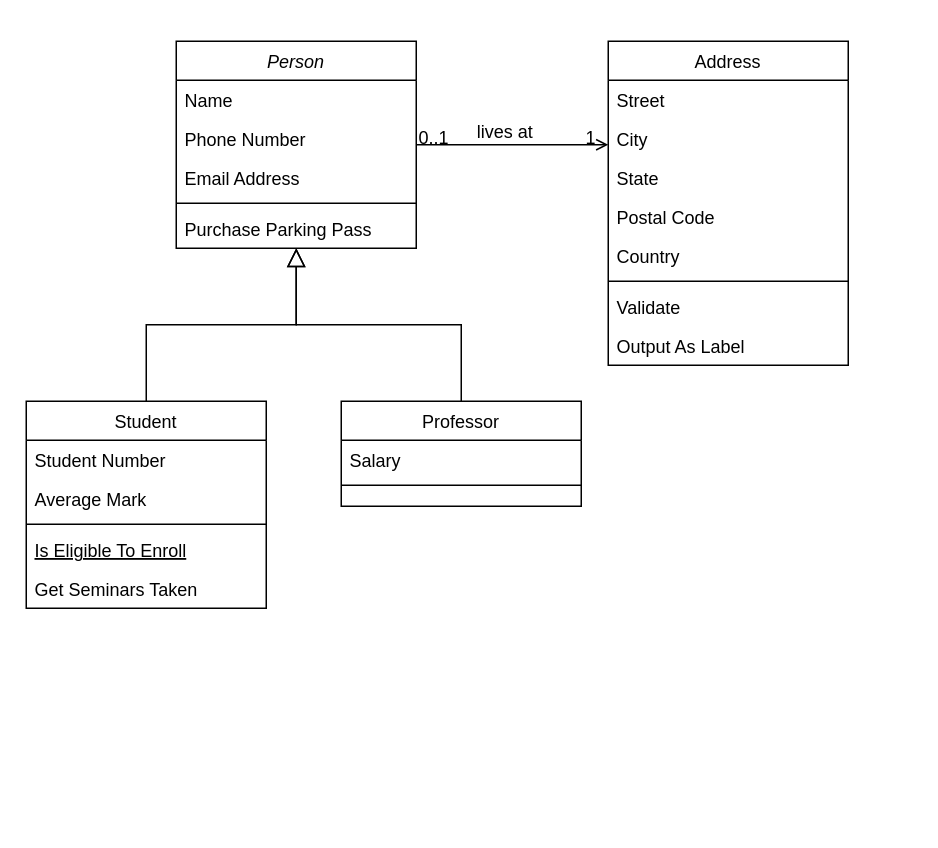
Before: PegaPizza.drawio in MBundel/Pega-Pizza, a draw.io diagram. Source tidied: cells renumbered, new cells numbered last; positions are measured from the earlier drawing's top-left corner, leaving out a move shared by most shapes. Both pictures are drawn from the tidied source at 150%, with x=0, y=0 at pixel (26, 40).
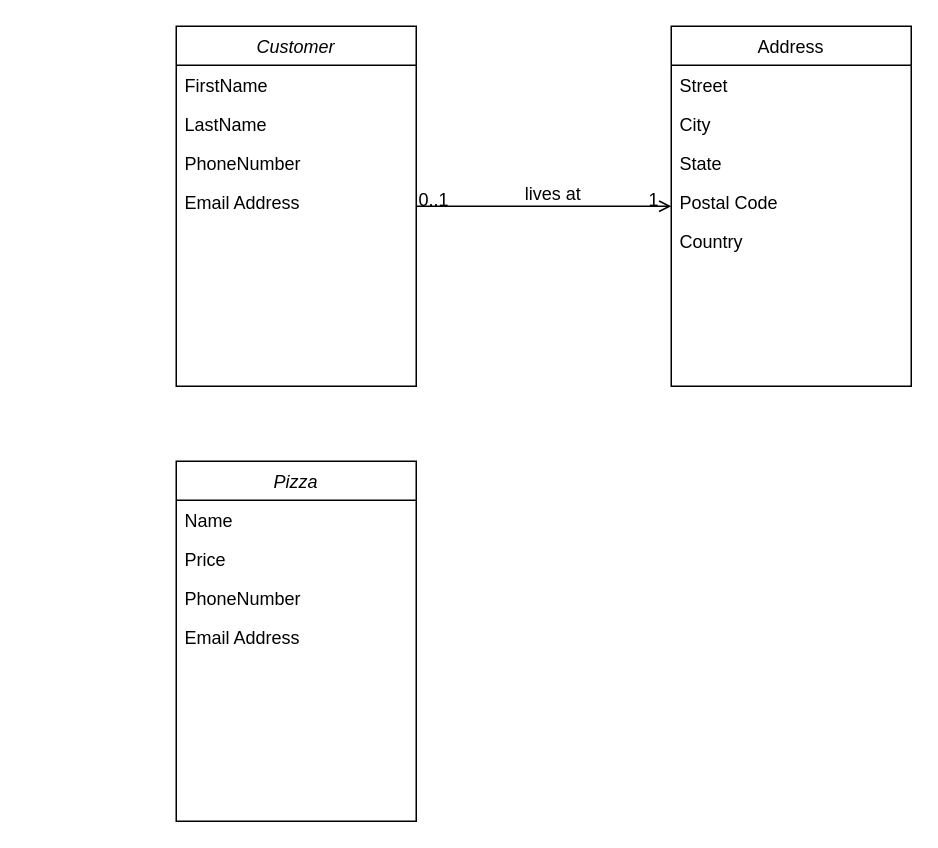
Above is the later version.

Change to the diagram source:
```diff
@@
-    <mxCell id="2" value="Person" style="swimlane;fontStyle=2;align=center;verticalAlign=top;horizontal=1;startSize=26;rounded=0;shadow=0;strokeWidth=1;" parent="1" vertex="1">
-      <mxGeometry x="100" width="160" height="138" as="geometry" />
+    <mxCell id="2" value="Customer" style="swimlane;fontStyle=2;align=center;verticalAlign=top;horizontal=1;startSize=26;rounded=0;shadow=0;strokeWidth=1;" parent="1" vertex="1">
+      <mxGeometry x="100" y="-10" width="160" height="240" as="geometry" />
     </mxCell>
-    <mxCell id="3" value="Name" style="text;align=left;verticalAlign=top;spacingLeft=4;spacingRight=4;overflow=hidden;" parent="2" vertex="1">
+    <mxCell id="3" value="FirstName    " style="text;align=left;verticalAlign=top;spacingLeft=4;spacingRight=4;overflow=hidden;" parent="2" vertex="1">
       <mxGeometry y="26" width="160" height="26" as="geometry" />
     </mxCell>
-    <mxCell id="4" value="Phone Number" style="text;align=left;verticalAlign=top;spacingLeft=4;spacingRight=4;overflow=hidden;rounded=0;shadow=0;html=0;" parent="2" vertex="1">
+    <mxCell id="4" value="LastName" style="text;align=left;verticalAlign=top;spacingLeft=4;spacingRight=4;overflow=hidden;rounded=0;shadow=0;html=0;" parent="2" vertex="1">
       <mxGeometry y="52" width="160" height="26" as="geometry" />
     </mxCell>
-    <mxCell id="5" value="Email Address" style="text;align=left;verticalAlign=top;spacingLeft=4;spacingRight=4;overflow=hidden;rounded=0;shadow=0;html=0;" parent="2" vertex="1">
+    <mxCell id="5" value="PhoneNumber" style="text;align=left;verticalAlign=top;spacingLeft=4;spacingRight=4;overflow=hidden;rounded=0;shadow=0;html=0;" parent="2" vertex="1">
       <mxGeometry y="78" width="160" height="26" as="geometry" />
     </mxCell>
-    <mxCell id="6" style="line;html=1;strokeWidth=1;align=left;verticalAlign=middle;spacingTop=-1;spacingLeft=3;spacingRight=3;labelPosition=right;" parent="2" vertex="1">
-      <mxGeometry y="104" width="160" height="8" as="geometry" />
-    </mxCell>
-    <mxCell id="7" value="Purchase Parking Pass" style="text;align=left;verticalAlign=top;spacingLeft=4;spacingRight=4;overflow=hidden;" parent="2" vertex="1">
-      <mxGeometry y="112" width="160" height="26" as="geometry" />
-    </mxCell>
-    <mxCell id="8" value="Student" style="swimlane;fontStyle=0;align=center;verticalAlign=top;horizontal=1;startSize=26;rounded=0;shadow=0;strokeWidth=1;" parent="1" vertex="1">
-      <mxGeometry y="240" width="160" height="138" as="geometry" />
-    </mxCell>
-    <mxCell id="9" value="Student Number" style="text;align=left;verticalAlign=top;spacingLeft=4;spacingRight=4;overflow=hidden;" parent="8" vertex="1">
-      <mxGeometry y="26" width="160" height="26" as="geometry" />
-    </mxCell>
-    <mxCell id="10" value="Average Mark" style="text;align=left;verticalAlign=top;spacingLeft=4;spacingRight=4;overflow=hidden;rounded=0;shadow=0;html=0;" parent="8" vertex="1">
-      <mxGeometry y="52" width="160" height="26" as="geometry" />
-    </mxCell>
-    <mxCell id="11" style="line;html=1;strokeWidth=1;align=left;verticalAlign=middle;spacingTop=-1;spacingLeft=3;spacingRight=3;labelPosition=right;" parent="8" vertex="1">
-      <mxGeometry y="78" width="160" height="8" as="geometry" />
-    </mxCell>
-    <mxCell id="12" value="Is Eligible To Enroll" style="text;align=left;verticalAlign=top;spacingLeft=4;spacingRight=4;overflow=hidden;fontStyle=4;" parent="8" vertex="1">
-      <mxGeometry y="86" width="160" height="26" as="geometry" />
-    </mxCell>
-    <mxCell id="13" value="Get Seminars Taken" style="text;align=left;verticalAlign=top;spacingLeft=4;spacingRight=4;overflow=hidden;" parent="8" vertex="1">
-      <mxGeometry y="112" width="160" height="26" as="geometry" />
-    </mxCell>
-    <mxCell id="14" style="endArrow=block;endSize=10;endFill=0;shadow=0;strokeWidth=1;rounded=0;curved=0;edgeStyle=elbowEdgeStyle;elbow=vertical;" parent="1" edge="1" source="8" target="2">
-      <mxGeometry relative="1" as="geometry" />
-    </mxCell>
-    <mxCell id="15" value="Professor" style="swimlane;fontStyle=0;align=center;verticalAlign=top;horizontal=1;startSize=26;rounded=0;shadow=0;strokeWidth=1;" parent="1" vertex="1">
-      <mxGeometry x="210" y="240" width="160" height="70" as="geometry" />
-    </mxCell>
-    <mxCell id="16" value="Salary" style="text;align=left;verticalAlign=top;spacingLeft=4;spacingRight=4;overflow=hidden;" parent="15" vertex="1">
-      <mxGeometry y="26" width="160" height="26" as="geometry" />
-    </mxCell>
-    <mxCell id="17" style="line;html=1;strokeWidth=1;align=left;verticalAlign=middle;spacingTop=-1;spacingLeft=3;spacingRight=3;labelPosition=right;" parent="15" vertex="1">
-      <mxGeometry y="52" width="160" height="8" as="geometry" />
-    </mxCell>
-    <mxCell id="18" style="endArrow=block;endSize=10;endFill=0;shadow=0;strokeWidth=1;rounded=0;curved=0;edgeStyle=elbowEdgeStyle;elbow=vertical;" parent="1" edge="1" source="15" target="2">
-      <mxGeometry relative="1" as="geometry" />
-    </mxCell>
+    <mxCell id="32" value="Email Address" style="text;align=left;verticalAlign=top;spacingLeft=4;spacingRight=4;overflow=hidden;rounded=0;shadow=0;html=0;" parent="2" vertex="1">
+      <mxGeometry y="104" width="160" height="26" as="geometry" />
+    </mxCell>
     <mxCell id="19" value="Address" style="swimlane;fontStyle=0;align=center;verticalAlign=top;horizontal=1;startSize=26;rounded=0;shadow=0;strokeWidth=1;" parent="1" vertex="1">
-      <mxGeometry x="388" width="160" height="216" as="geometry" />
+      <mxGeometry x="430" y="-10" width="160" height="240" as="geometry" />
     </mxCell>
@@
-    <mxCell id="25" style="line;html=1;strokeWidth=1;align=left;verticalAlign=middle;spacingTop=-1;spacingLeft=3;spacingRight=3;labelPosition=right;" parent="19" vertex="1">
-      <mxGeometry y="156" width="160" height="8" as="geometry" />
-    </mxCell>
-    <mxCell id="26" value="Validate" style="text;align=left;verticalAlign=top;spacingLeft=4;spacingRight=4;overflow=hidden;" parent="19" vertex="1">
-      <mxGeometry y="164" width="160" height="26" as="geometry" />
-    </mxCell>
-    <mxCell id="27" value="Output As Label" style="text;align=left;verticalAlign=top;spacingLeft=4;spacingRight=4;overflow=hidden;" parent="19" vertex="1">
-      <mxGeometry y="190" width="160" height="26" as="geometry" />
-    </mxCell>
@@
+    <mxCell id="33" value="Pizza" style="swimlane;fontStyle=2;align=center;verticalAlign=top;horizontal=1;startSize=26;rounded=0;shadow=0;strokeWidth=1;" parent="1" vertex="1">
+      <mxGeometry x="100" y="280" width="160" height="240" as="geometry" />
+    </mxCell>
+    <mxCell id="34" value="Name" style="text;align=left;verticalAlign=top;spacingLeft=4;spacingRight=4;overflow=hidden;" parent="33" vertex="1">
+      <mxGeometry y="26" width="160" height="26" as="geometry" />
+    </mxCell>
+    <mxCell id="35" value="Price" style="text;align=left;verticalAlign=top;spacingLeft=4;spacingRight=4;overflow=hidden;rounded=0;shadow=0;html=0;" parent="33" vertex="1">
+      <mxGeometry y="52" width="160" height="26" as="geometry" />
+    </mxCell>
+    <mxCell id="36" value="PhoneNumber" style="text;align=left;verticalAlign=top;spacingLeft=4;spacingRight=4;overflow=hidden;rounded=0;shadow=0;html=0;" parent="33" vertex="1">
+      <mxGeometry y="78" width="160" height="26" as="geometry" />
+    </mxCell>
+    <mxCell id="37" value="Email Address" style="text;align=left;verticalAlign=top;spacingLeft=4;spacingRight=4;overflow=hidden;rounded=0;shadow=0;html=0;" parent="33" vertex="1">
+      <mxGeometry y="104" width="160" height="26" as="geometry" />
+    </mxCell>
```
